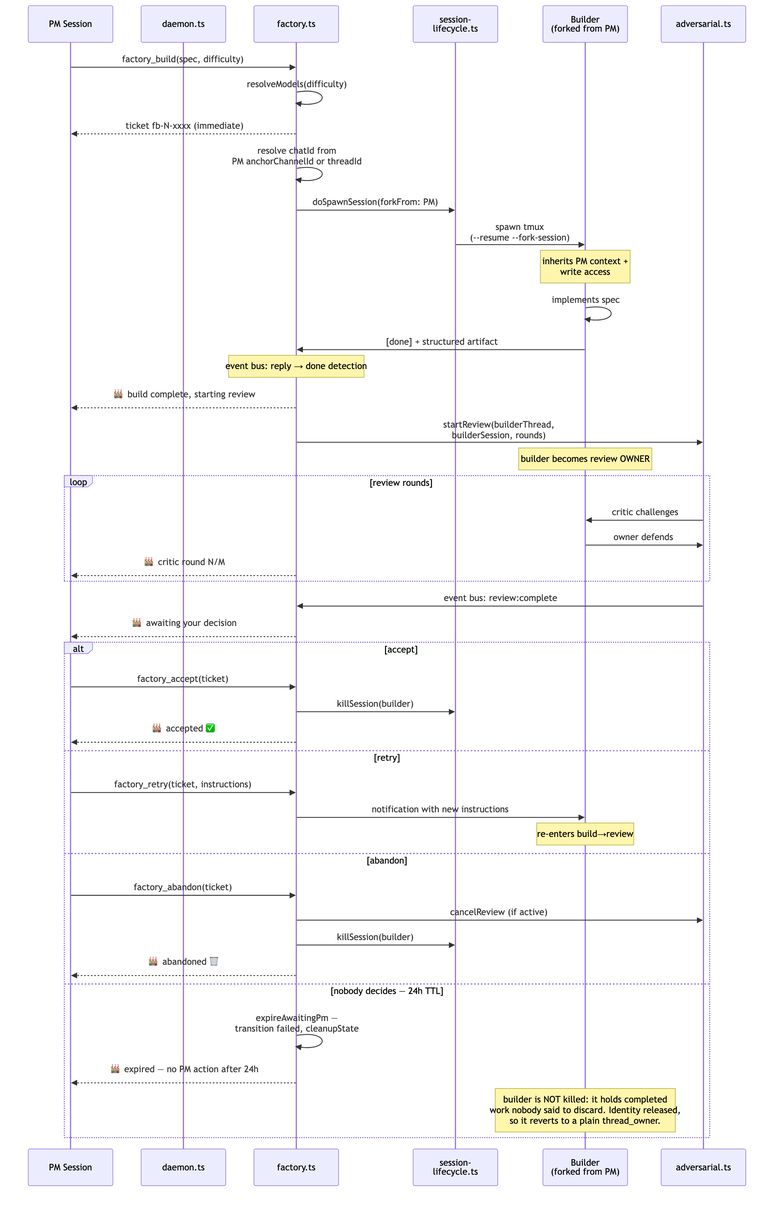
This is diagrams/flow-factory.png from sf8193/hydra, a Mermaid export, as it was before one commit. Its source is kept beside it as diagrams/flow-factory.mmd.
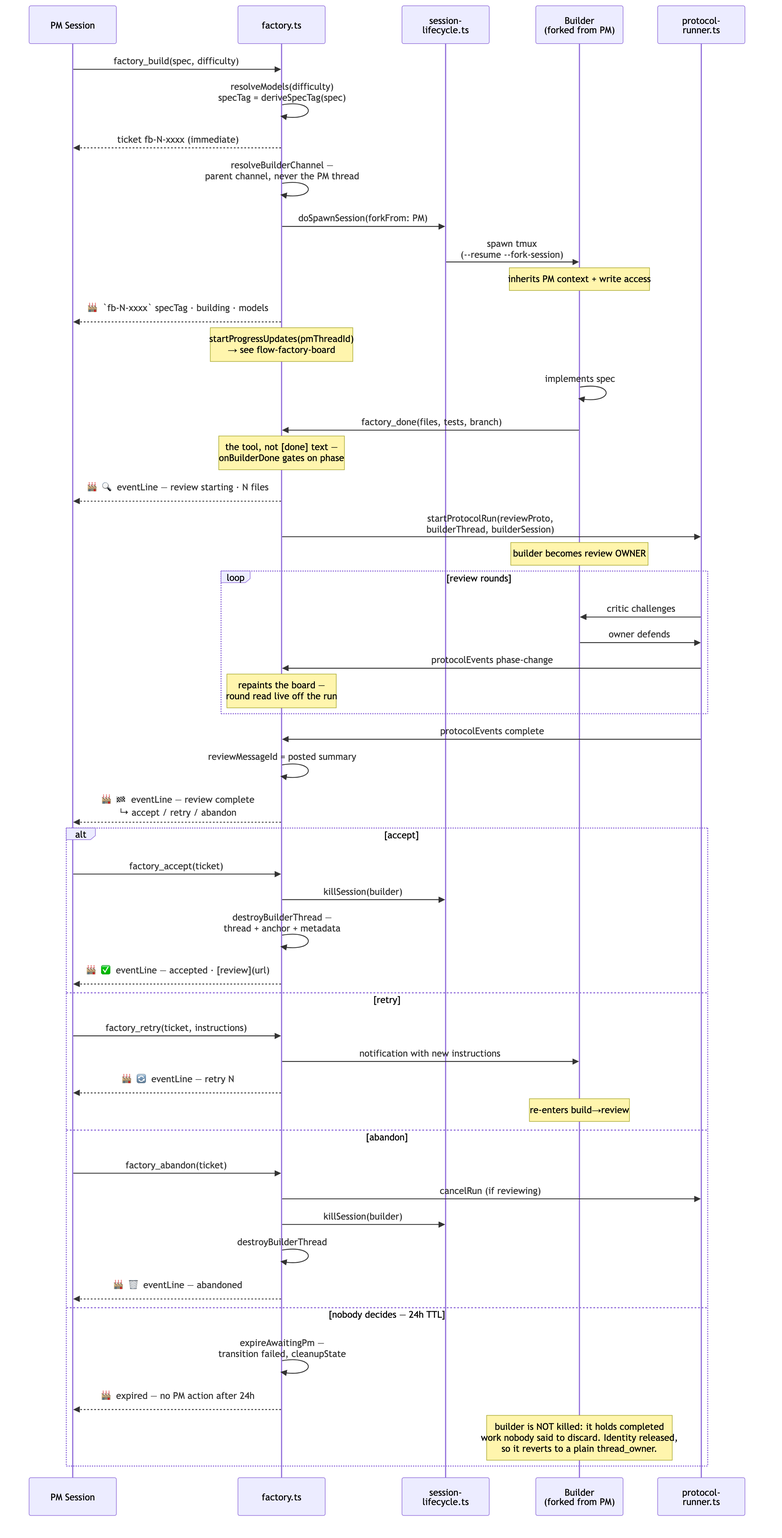
The same file after the commit.

Diff of the diagram source:
```diff
@@ -1,51 +1,57 @@
 
 sequenceDiagram
     participant PM as PM Session
-    participant daemon as daemon.ts
     participant factory as factory.ts
     participant lifecycle as session-<br/>lifecycle.ts
     participant builder as Builder<br/>(forked from PM)
-    participant review as adversarial.ts
+    participant runner as protocol-<br/>runner.ts
 
     PM->>factory: factory_build(spec, difficulty)
-    factory->>factory: resolveModels(difficulty)
+    factory->>factory: resolveModels(difficulty)<br/>specTag = deriveSpecTag(spec)
     factory-->>PM: ticket fb-N-xxxx (immediate)
 
-    factory->>factory: resolve chatId from<br/>PM anchorChannelId or threadId
+    factory->>factory: resolveBuilderChannel —<br/>parent channel, never the PM thread
     factory->>lifecycle: doSpawnSession(forkFrom: PM)
     lifecycle->>builder: spawn tmux<br/>(--resume --fork-session)
-    Note over builder: inherits PM context +<br/>write access
+    Note over builder: inherits PM context + write access
+    factory-->>PM: 🏭 `fb-N-xxxx` specTag · building · models
+    Note over factory: startProgressUpdates(pmThreadId)<br/>→ see flow-factory-board
 
     builder->>builder: implements spec
-    builder->>factory: [done] + structured artifact
-    Note over factory: event bus: reply → done detection
+    builder->>factory: factory_done(files, tests, branch)
+    Note over factory: the tool, not [done] text —<br/>onBuilderDone gates on phase
+    factory-->>PM: 🏭 🔍 eventLine — review starting · N files
 
-    factory-->>PM: 🏭 build complete, starting review
-    factory->>review: startReview(builderThread,<br/>builderSession, rounds)
+    factory->>runner: startProtocolRun(reviewProto,<br/>builderThread, builderSession)
     Note over builder: builder becomes review OWNER
 
     loop review rounds
-        review->>builder: critic challenges
-        builder->>review: owner defends
-        factory-->>PM: 🏭 critic round N/M
+        runner->>builder: critic challenges
+        builder->>runner: owner defends
+        runner->>factory: protocolEvents phase-change
+        Note over factory: repaints the board —<br/>round read live off the run
     end
 
-    review->>factory: event bus: review:complete
-    factory-->>PM: 🏭 awaiting your decision
+    runner->>factory: protocolEvents complete
+    factory->>factory: reviewMessageId = posted summary
+    factory-->>PM: 🏭 🏁 eventLine — review complete<br/>↳ accept / retry / abandon
 
     alt accept
         PM->>factory: factory_accept(ticket)
         factory->>lifecycle: killSession(builder)
-        factory-->>PM: 🏭 accepted ✅
+        factory->>factory: destroyBuilderThread —<br/>thread + anchor + metadata
+        factory-->>PM: 🏭 ✅ eventLine — accepted · [review](url)
     else retry
         PM->>factory: factory_retry(ticket, instructions)
         factory->>builder: notification with new instructions
+        factory-->>PM: 🏭 🔄 eventLine — retry N
         Note over builder: re-enters build→review
     else abandon
         PM->>factory: factory_abandon(ticket)
-        factory->>review: cancelReview (if active)
+        factory->>runner: cancelRun (if reviewing)
         factory->>lifecycle: killSession(builder)
-        factory-->>PM: 🏭 abandoned 🗑️
+        factory->>factory: destroyBuilderThread
+        factory-->>PM: 🏭 🗑️ eventLine — abandoned
     else nobody decides — 24h TTL
         factory->>factory: expireAwaitingPm —<br/>transition failed, cleanupState
         factory-->>PM: 🏭 expired — no PM action after 24h
```
